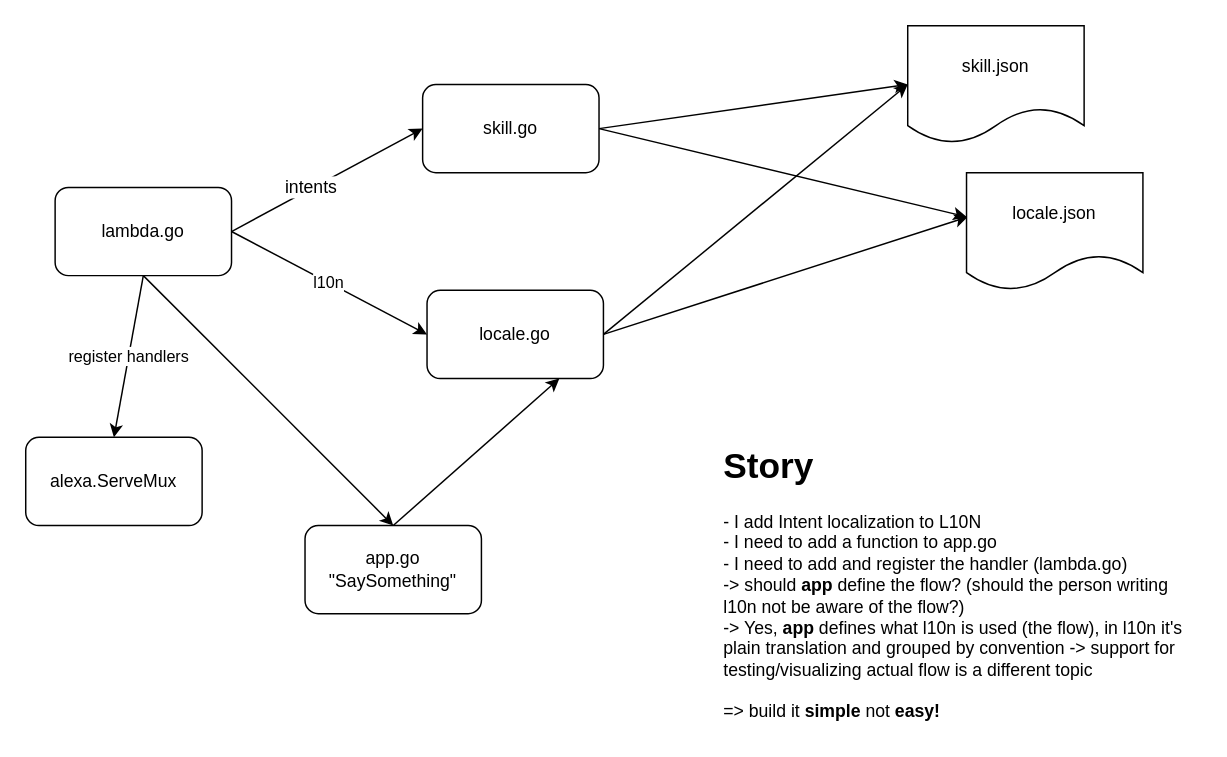
Before: page "Intent connections" (4 of 4) of Alexa Skill Demo.drawio in DrPsychick/alexa-go-cloudformation-demo, a draw.io diagram. Source tidied: cells renumbered, new cells numbered last; positions are measured from the earlier drawing's top-left corner, leaving out a move shared by most shapes. Both pictures are drawn from the tidied source at 147%, with x=0, y=0 at pixel (25, 25).
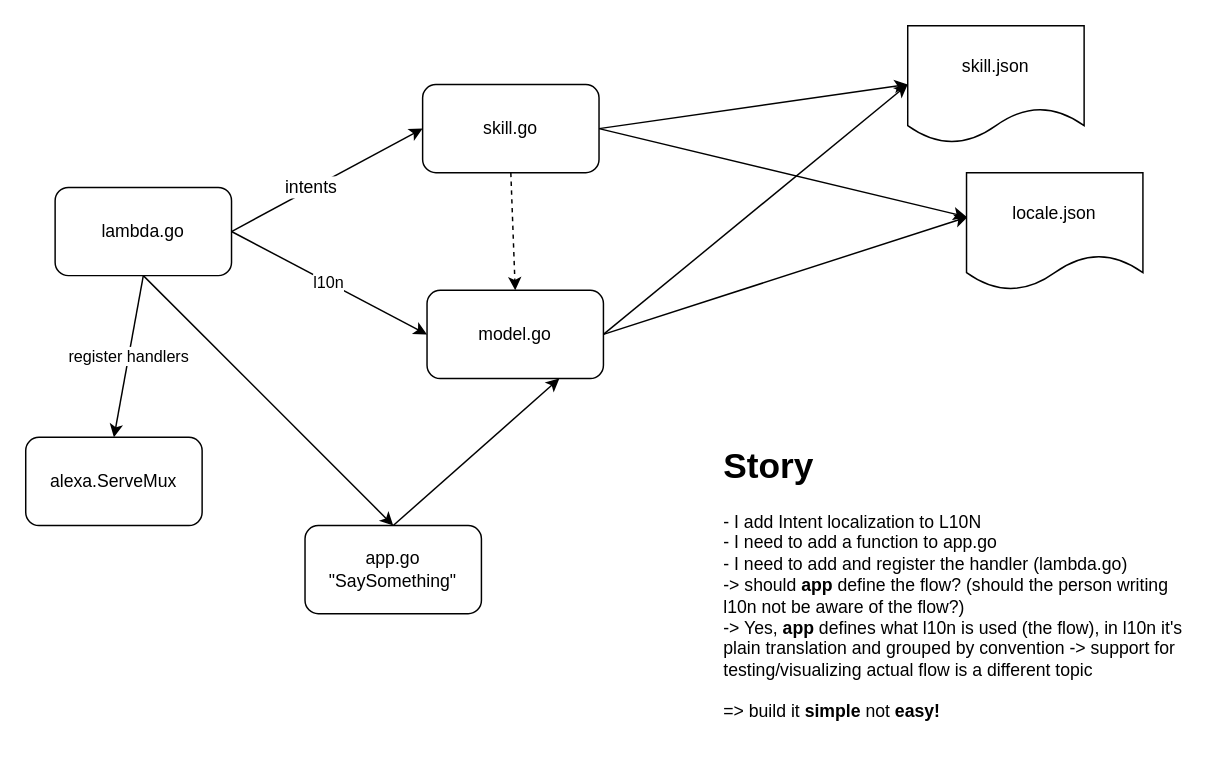
The same diagram, later.

Unchanged cells that the change refers to:
```xml
<mxCell id="9" value="skill.go&lt;br&gt;" style="rounded=1;whiteSpace=wrap;html=1;" parent="1" vertex="1">
  <mxGeometry x="270" y="40" width="120" height="60" as="geometry" />
</mxCell>
```

The edit, as a diff of the source:
```diff
@@
-    <mxCell id="4" value="locale.go&lt;br&gt;" style="rounded=1;whiteSpace=wrap;html=1;" parent="1" vertex="1">
+    <mxCell id="4" value="model.go&lt;br&gt;" style="rounded=1;whiteSpace=wrap;html=1;" parent="1" vertex="1">
       <mxGeometry x="273" y="180" width="120" height="60" as="geometry" />
     </mxCell>
@@
+    <mxCell id="20" style="edgeStyle=none;rounded=0;jettySize=auto;html=1;exitX=0.5;exitY=1;exitDx=0;exitDy=0;entryX=0.5;entryY=0;entryDx=0;entryDy=0;dashed=1;" parent="1" edge="1" source="9" target="4">
+      <mxGeometry relative="1" as="geometry" />
+    </mxCell>
```
